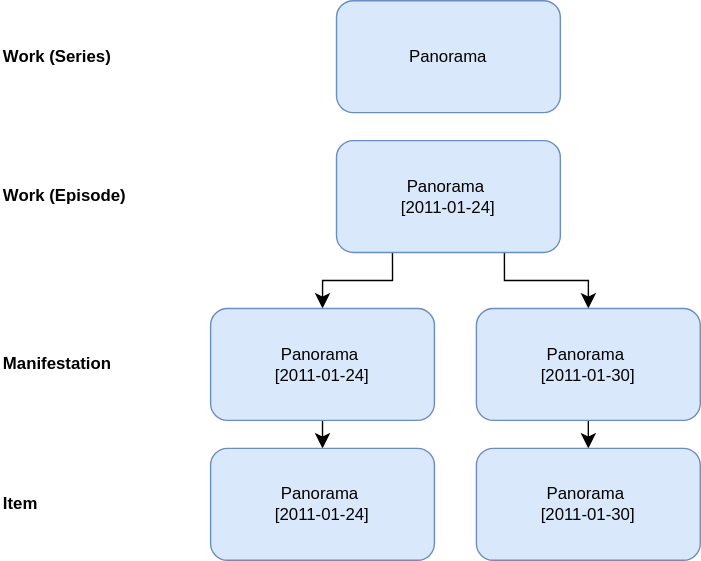
This is markdown/diagrams/numb_03.drawio.svg from FIAF/fiaf-cataloguing-manual, a draw.io export, as it was before one commit. Source tidied: cells renumbered, new cells last; positions are measured from the earlier drawing's top-left corner, leaving out a move shared by most shapes. Its diagram source:
```xml
<mxGraphModel>
  <root>
    <mxCell id="0" />
    <mxCell id="1" parent="0" />
    <mxCell id="2" value="Panorama" style="rounded=1;whiteSpace=wrap;html=1;fillColor=#dae8fc;strokeColor=#6c8ebf;" parent="1" vertex="1">
      <mxGeometry x="240" width="160" height="80" as="geometry" />
    </mxCell>
    <mxCell id="3" style="edgeStyle=orthogonalEdgeStyle;rounded=0;jettySize=auto;html=1;exitX=0.75;exitY=1;exitDx=0;exitDy=0;entryX=0.5;entryY=0;entryDx=0;entryDy=0;fontSize=12;startSize=8;endSize=8;" parent="1" edge="1" source="5" target="14">
      <mxGeometry relative="1" as="geometry" />
    </mxCell>
    <mxCell id="4" style="edgeStyle=orthogonalEdgeStyle;rounded=0;jettySize=auto;html=1;exitX=0.25;exitY=1;exitDx=0;exitDy=0;entryX=0.5;entryY=0;entryDx=0;entryDy=0;fontSize=12;startSize=8;endSize=8;" parent="1" edge="1" source="5" target="10">
      <mxGeometry relative="1" as="geometry" />
    </mxCell>
    <mxCell id="5" value="&lt;div&gt;Panorama&amp;nbsp;&lt;/div&gt;&lt;div&gt;[2011-01-24]&lt;/div&gt;" style="rounded=1;whiteSpace=wrap;html=1;fillColor=#dae8fc;strokeColor=#6c8ebf;" parent="1" vertex="1">
      <mxGeometry x="240" y="100" width="160" height="80" as="geometry" />
    </mxCell>
    <mxCell id="6" value="Work (Series)" style="text;html=1;whiteSpace=wrap;strokeColor=none;fillColor=none;align=left;verticalAlign=middle;rounded=0;fontStyle=1;" parent="1" vertex="1">
      <mxGeometry y="25" width="110" height="30" as="geometry" />
    </mxCell>
    <mxCell id="7" value="Work (Episode)" style="text;html=1;whiteSpace=wrap;strokeColor=none;fillColor=none;align=left;verticalAlign=middle;rounded=0;fontStyle=1;" parent="1" vertex="1">
      <mxGeometry y="125" width="110" height="30" as="geometry" />
    </mxCell>
    <mxCell id="8" value="Manifestation" style="text;html=1;whiteSpace=wrap;strokeColor=none;fillColor=none;align=left;verticalAlign=middle;rounded=0;fontStyle=1;" parent="1" vertex="1">
      <mxGeometry y="245" width="110" height="30" as="geometry" />
    </mxCell>
    <mxCell id="9" style="edgeStyle=none;curved=1;rounded=0;jettySize=auto;html=1;exitX=0.5;exitY=1;exitDx=0;exitDy=0;entryX=0.5;entryY=0;entryDx=0;entryDy=0;fontSize=12;startSize=8;endSize=8;" parent="1" edge="1" source="10" target="12">
      <mxGeometry relative="1" as="geometry" />
    </mxCell>
    <mxCell id="10" value="&lt;div&gt;Panorama&amp;nbsp;&lt;/div&gt;&lt;div&gt;[2011-01-24]&lt;/div&gt;" style="rounded=1;whiteSpace=wrap;html=1;fillColor=#dae8fc;strokeColor=#6c8ebf;" parent="1" vertex="1">
      <mxGeometry x="150" y="220" width="160" height="80" as="geometry" />
    </mxCell>
    <mxCell id="11" value="Item" style="text;html=1;whiteSpace=wrap;strokeColor=none;fillColor=none;align=left;verticalAlign=middle;rounded=0;fontStyle=1;" parent="1" vertex="1">
      <mxGeometry y="345" width="110" height="30" as="geometry" />
    </mxCell>
    <mxCell id="12" value="&lt;div&gt;Panorama&amp;nbsp;&lt;/div&gt;&lt;div&gt;[2011-01-24]&lt;/div&gt;" style="rounded=1;whiteSpace=wrap;html=1;fillColor=#dae8fc;strokeColor=#6c8ebf;" parent="1" vertex="1">
      <mxGeometry x="150" y="320" width="160" height="80" as="geometry" />
    </mxCell>
    <mxCell id="13" style="edgeStyle=none;curved=1;rounded=0;jettySize=auto;html=1;exitX=0.5;exitY=1;exitDx=0;exitDy=0;entryX=0.5;entryY=0;entryDx=0;entryDy=0;fontSize=12;startSize=8;endSize=8;" parent="1" edge="1" source="14" target="15">
      <mxGeometry relative="1" as="geometry" />
    </mxCell>
    <mxCell id="14" value="&lt;div&gt;Panorama&amp;nbsp;&lt;/div&gt;&lt;div&gt;[2011-01-30]&lt;/div&gt;" style="rounded=1;whiteSpace=wrap;html=1;fillColor=#dae8fc;strokeColor=#6c8ebf;" parent="1" vertex="1">
      <mxGeometry x="340" y="220" width="160" height="80" as="geometry" />
    </mxCell>
    <mxCell id="15" value="&lt;div&gt;Panorama&amp;nbsp;&lt;/div&gt;&lt;div&gt;[2011-01-30]&lt;/div&gt;" style="rounded=1;whiteSpace=wrap;html=1;fillColor=#dae8fc;strokeColor=#6c8ebf;" parent="1" vertex="1">
      <mxGeometry x="340" y="320" width="160" height="80" as="geometry" />
    </mxCell>
  </root>
</mxGraphModel>
```
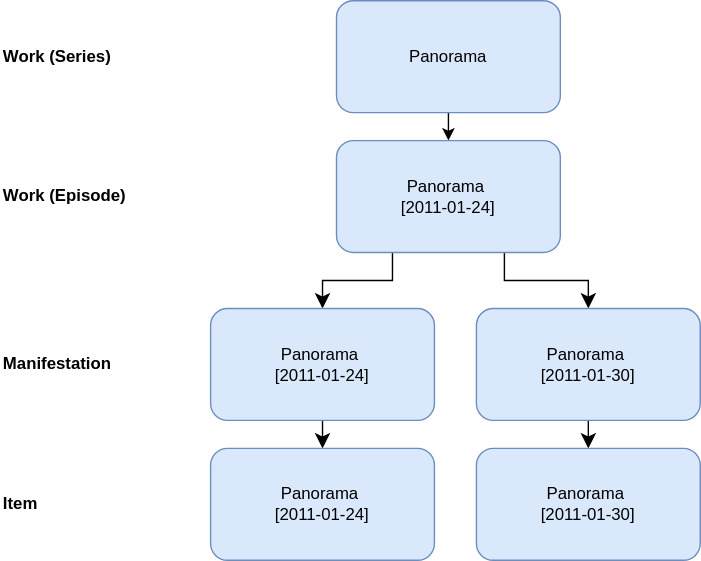
After the commit.

What changed in the source:
```diff
@@ -2,6 +2,9 @@
   <root>
     <mxCell id="0" />
     <mxCell id="1" parent="0" />
+    <mxCell id="16" style="edgeStyle=orthogonalEdgeStyle;rounded=0;jettySize=auto;html=1;exitX=0.5;exitY=1;exitDx=0;exitDy=0;entryX=0.5;entryY=0;entryDx=0;entryDy=0;" parent="1" edge="1" source="2" target="5">
+      <mxGeometry relative="1" as="geometry" />
+    </mxCell>
     <mxCell id="2" value="Panorama" style="rounded=1;whiteSpace=wrap;html=1;fillColor=#dae8fc;strokeColor=#6c8ebf;" parent="1" vertex="1">
       <mxGeometry x="240" width="160" height="80" as="geometry" />
     </mxCell>
```
